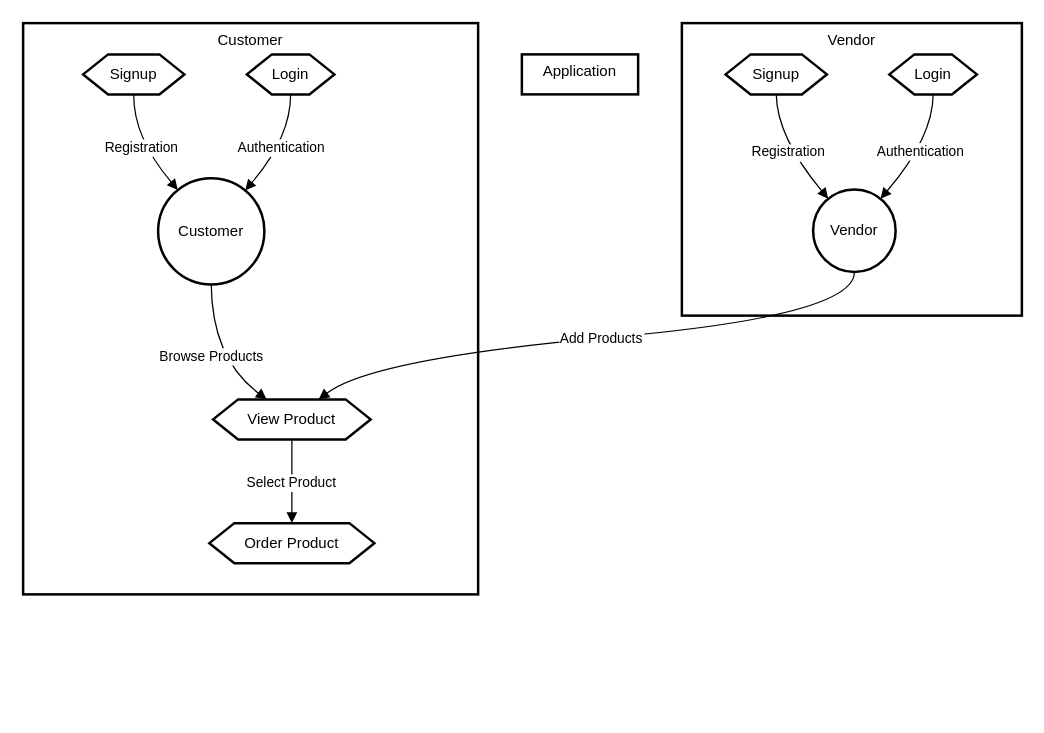
This is lib/dataflowdiagram.drawio from brianmwirigi/vegi_connect, a draw.io file, before an edit. Source tidied: cells renumbered, new cells numbered last; positions are measured from the earlier drawing's top-left corner, leaving out a move shared by most shapes. Both pictures are drawn from the tidied source at 125%, with x=0, y=0 at pixel (22, 22).
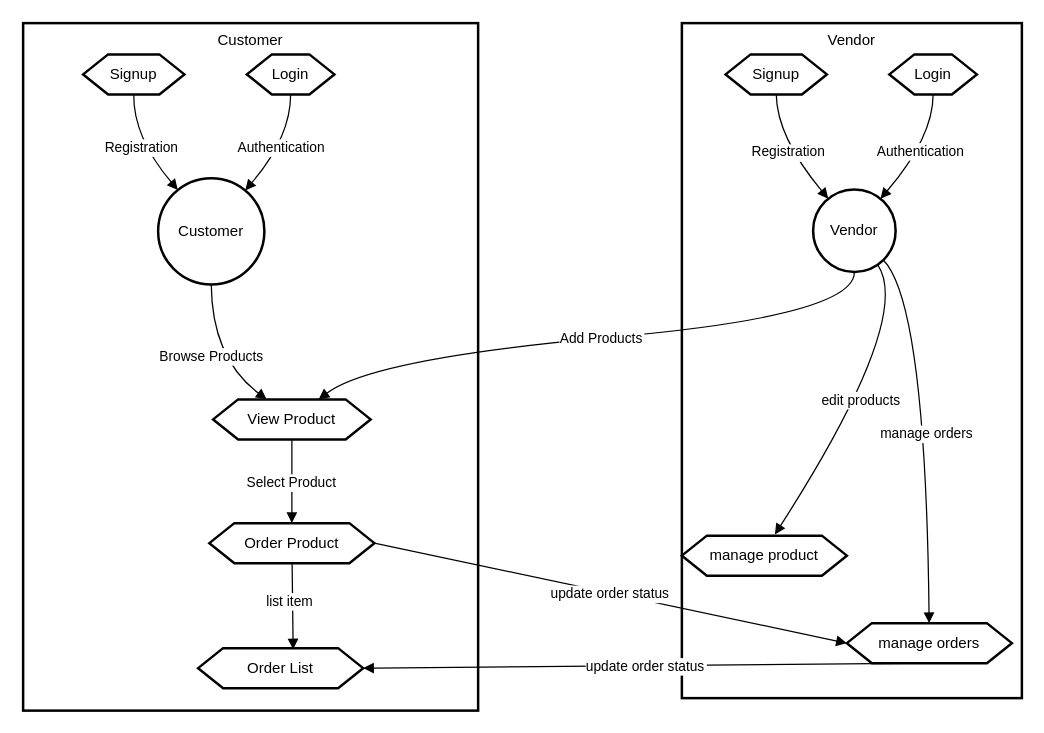
The same page after the edit.

Unchanged cells that the change refers to:
```xml
<mxCell id="3" value="Vendor" style="ellipse;strokeWidth=2;whiteSpace=wrap;" parent="1" vertex="1">
  <mxGeometry x="632" y="133" width="66" height="66" as="geometry" />
</mxCell>
<mxCell id="11" value="Order Product" style="shape=hexagon;perimeter=hexagonPerimeter2;fixedSize=1;strokeWidth=2;whiteSpace=wrap;" parent="1" vertex="1">
  <mxGeometry x="149" y="400" width="132" height="32" as="geometry" />
</mxCell>
```

What changed in the source:
```diff
@@
     <mxCell id="2" value="Vendor" style="whiteSpace=wrap;strokeWidth=2;verticalAlign=top;" parent="1" vertex="1">
-      <mxGeometry x="527" width="272" height="234" as="geometry" />
+      <mxGeometry x="527" width="272" height="540" as="geometry" />
     </mxCell>
@@
     <mxCell id="6" value="Customer" style="whiteSpace=wrap;strokeWidth=2;verticalAlign=top;" parent="1" vertex="1">
-      <mxGeometry width="364" height="457" as="geometry" />
+      <mxGeometry width="364" height="550" as="geometry" />
     </mxCell>
@@
-    <mxCell id="12" value="Application" style="whiteSpace=wrap;strokeWidth=2;verticalAlign=top;" parent="1" vertex="1">
-      <mxGeometry x="399" y="25" width="93" height="32" as="geometry" />
-    </mxCell>
@@
+    <mxCell id="20" value="manage orders" style="shape=hexagon;perimeter=hexagonPerimeter2;fixedSize=1;strokeWidth=2;whiteSpace=wrap;" parent="1" vertex="1">
+      <mxGeometry x="659" y="480" width="132" height="32" as="geometry" />
+    </mxCell>
+    <mxCell id="21" value="Order List" style="shape=hexagon;perimeter=hexagonPerimeter2;fixedSize=1;strokeWidth=2;whiteSpace=wrap;" parent="1" vertex="1">
+      <mxGeometry x="140" y="500" width="132" height="32" as="geometry" />
+    </mxCell>
+    <mxCell id="22" value="list item" style="curved=1;startArrow=none;endArrow=block;entryX=0.576;entryY=0.031;entryDx=0;entryDy=0;entryPerimeter=0;" parent="1" edge="1" source="11" target="21">
+      <mxGeometry x="-0.12" y="-2" relative="1" as="geometry" />
+    </mxCell>
+    <mxCell id="23" value="update order status" style="curved=1;startArrow=none;endArrow=block;exitX=0.5;exitY=1;entryX=1;entryY=0.5;exitDx=0;exitDy=0;entryDx=0;entryDy=0;" parent="1" edge="1" source="20" target="21">
+      <mxGeometry relative="1" as="geometry" />
+    </mxCell>
+    <mxCell id="24" value="update order status" style="curved=1;startArrow=none;endArrow=block;exitX=1;exitY=0.5;entryX=0;entryY=0.5;exitDx=0;exitDy=0;entryDx=0;entryDy=0;" parent="1" edge="1" source="11" target="20">
+      <mxGeometry relative="1" as="geometry" />
+    </mxCell>
+    <mxCell id="25" value="manage product" style="shape=hexagon;perimeter=hexagonPerimeter2;fixedSize=1;strokeWidth=2;whiteSpace=wrap;size=20;" parent="1" vertex="1">
+      <mxGeometry x="527" y="410" width="132" height="32" as="geometry" />
+    </mxCell>
+    <mxCell id="26" value="edit products" style="curved=1;startArrow=none;endArrow=block;entryX=0.564;entryY=-0.031;entryDx=0;entryDy=0;entryPerimeter=0;" parent="1" edge="1" source="3" target="25">
+      <mxGeometry relative="1" as="geometry">
+        <Array as="points">
+          <mxPoint x="712.5" y="235.9" />
+        </Array>
+      </mxGeometry>
+    </mxCell>
+    <mxCell id="27" value="manage orders" style="curved=1;startArrow=none;endArrow=block;" parent="1" edge="1" source="3" target="20">
+      <mxGeometry relative="1" as="geometry">
+        <Array as="points">
+          <mxPoint x="722" y="224" />
+        </Array>
+      </mxGeometry>
+    </mxCell>
```
